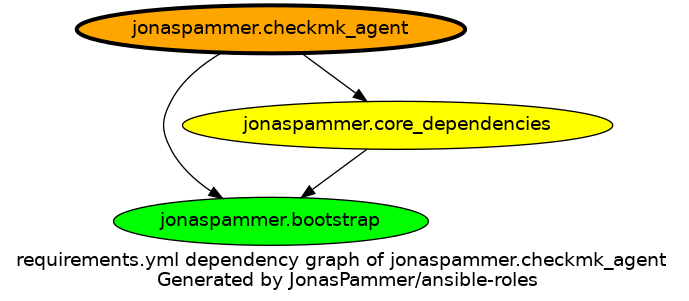
This is graphs/dependencies_checkmk_agent.png from JonasPammer/ansible-roles, a Graphviz export, as it was before one commit. Its source is kept beside it as graphs/dependencies_checkmk_agent.dot.
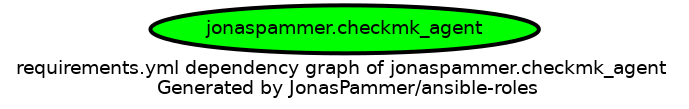
After the change.

What changed in the source:
```diff
@@ -3,12 +3,8 @@
   overlap=false
 
   {
-    "jonaspammer.checkmk_agent" [fillcolor=orange style=filled penwidth=3]
-    "jonaspammer.bootstrap" [fillcolor=green style=filled ]
-    "jonaspammer.core_dependencies" [fillcolor=yellow style=filled ]
+    "jonaspammer.checkmk_agent" [fillcolor=green style=filled penwidth=3]
   }
 
 
-  "jonaspammer.checkmk_agent" -> {"jonaspammer.bootstrap" "jonaspammer.core_dependencies"}
-  "jonaspammer.core_dependencies" -> {"jonaspammer.bootstrap"}
 }
```
